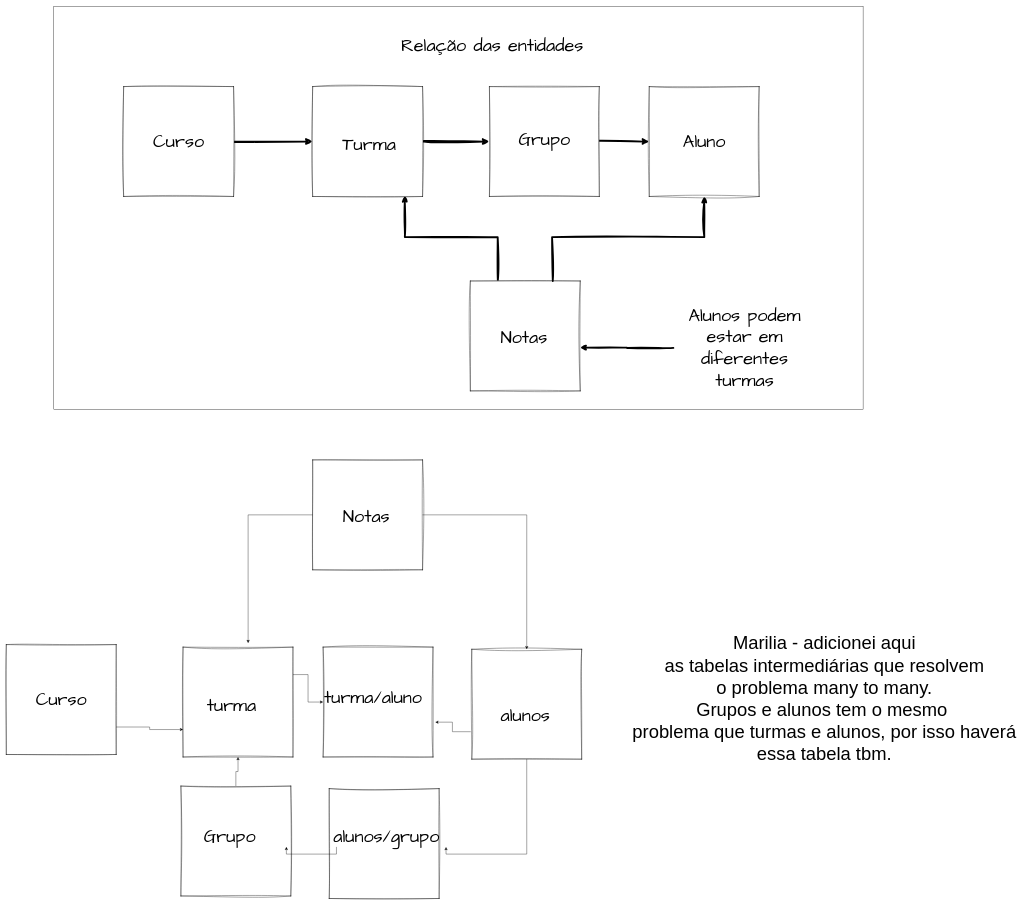
Above: page "Relação de entidade" (1 of 8) of TeamBee_API.drawio in MateusMSoares/RepositorioTeste (draw.io), before the change. Source tidied: cells renumbered, new cells numbered last; positions are measured from the earlier drawing's top-left corner, leaving out a move shared by most shapes. Both pictures are drawn from the tidied source at 36%, with x=0, y=0 at pixel (6, 6).
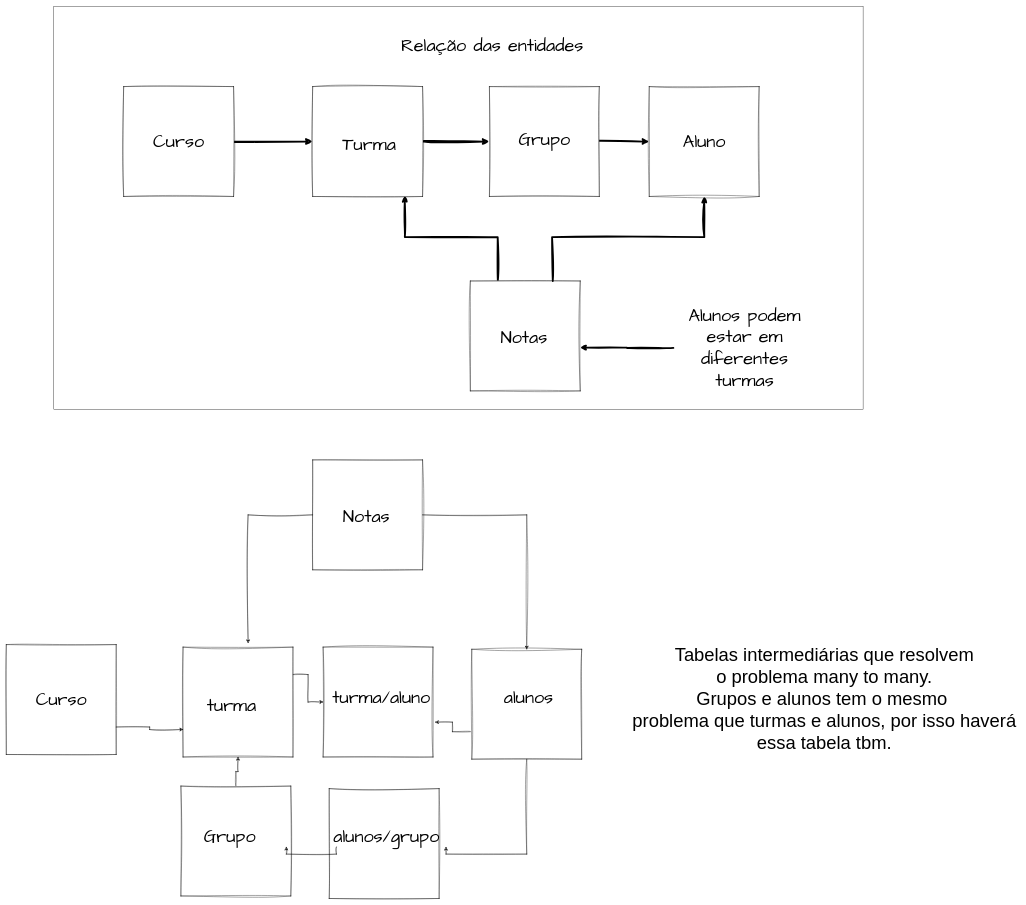
Above is the later version.

The change refers to these unchanged cells:
```xml
<mxCell id="28" style="whiteSpace=wrap;html=1;fontSize=16;sketch=1;curveFitting=1;jiggle=2;fontFamily=Comic Sans MS;" parent="27" vertex="1">
  <mxGeometry width="305.3" height="305.3" as="geometry" />
</mxCell>
<mxCell id="31" style="whiteSpace=wrap;html=1;fontSize=16;sketch=1;curveFitting=1;jiggle=2;fontFamily=Comic Sans MS;" parent="1" vertex="1">
  <mxGeometry x="491" y="1780" width="305.3" height="305.3" as="geometry" />
</mxCell>
<mxCell id="33" style="whiteSpace=wrap;html=1;fontSize=16;sketch=1;curveFitting=1;jiggle=2;fontFamily=Comic Sans MS;" parent="1" vertex="1">
  <mxGeometry x="485" y="2166" width="305.3" height="305.3" as="geometry" />
</mxCell>
<mxCell id="36" style="whiteSpace=wrap;html=1;fontSize=16;sketch=1;curveFitting=1;jiggle=2;fontFamily=Comic Sans MS;" parent="1" vertex="1">
  <mxGeometry x="1293" y="1786" width="305.3" height="305.3" as="geometry" />
</mxCell>
<mxCell id="38" style="whiteSpace=wrap;html=1;fontSize=16;sketch=1;curveFitting=1;jiggle=2;fontFamily=Comic Sans MS;" parent="37" vertex="1">
  <mxGeometry width="305.3" height="305.3" as="geometry" />
</mxCell>
<mxCell id="43" style="whiteSpace=wrap;html=1;fontSize=16;sketch=1;curveFitting=1;jiggle=2;fontFamily=Comic Sans MS;" parent="1" vertex="1">
  <mxGeometry x="880" y="1780" width="305.3" height="305.3" as="geometry" />
</mxCell>
<mxCell id="46" value="&lt;font style=&quot;font-size: 50px;&quot;&gt;alunos/grupo&lt;/font&gt;" style="text;html=1;strokeColor=none;fillColor=none;align=center;verticalAlign=middle;whiteSpace=wrap;rounded=0;fontSize=40;sketch=1;curveFitting=1;jiggle=2;fontFamily=Comic Sans MS;" parent="1" vertex="1">
  <mxGeometry x="778" y="2281" width="556.4" height="54" as="geometry" />
</mxCell>
```

The edit, as a diff of the source:
```diff
@@
-    <mxCell id="30" style="edgeStyle=orthogonalEdgeStyle;rounded=0;jettySize=auto;html=1;exitX=1;exitY=0.25;exitDx=0;exitDy=0;entryX=0;entryY=0.5;entryDx=0;entryDy=0;" parent="1" edge="1" source="31" target="43">
+    <mxCell id="30" style="edgeStyle=orthogonalEdgeStyle;rounded=0;jettySize=auto;html=1;exitX=1;exitY=0.25;exitDx=0;exitDy=0;entryX=0;entryY=0.5;entryDx=0;entryDy=0;sketch=1;curveFitting=1;jiggle=2;" parent="1" edge="1" source="31" target="43">
       <mxGeometry relative="1" as="geometry" />
     </mxCell>
@@
-    <mxCell id="32" style="edgeStyle=orthogonalEdgeStyle;rounded=0;jettySize=auto;html=1;exitX=0.5;exitY=0;exitDx=0;exitDy=0;entryX=0.5;entryY=1;entryDx=0;entryDy=0;" parent="1" edge="1" source="33" target="31">
+    <mxCell id="32" style="edgeStyle=orthogonalEdgeStyle;rounded=0;jettySize=auto;html=1;exitX=0.5;exitY=0;exitDx=0;exitDy=0;entryX=0.5;entryY=1;entryDx=0;entryDy=0;sketch=1;curveFitting=1;jiggle=2;" parent="1" edge="1" source="33" target="31">
       <mxGeometry relative="1" as="geometry" />
     </mxCell>
@@
-    <mxCell id="34" style="edgeStyle=orthogonalEdgeStyle;rounded=0;jettySize=auto;html=1;exitX=0;exitY=0.75;exitDx=0;exitDy=0;entryX=1.021;entryY=0.683;entryDx=0;entryDy=0;entryPerimeter=0;" parent="1" edge="1" source="36" target="43">
+    <mxCell id="34" style="edgeStyle=orthogonalEdgeStyle;rounded=0;jettySize=auto;html=1;exitX=0;exitY=0.75;exitDx=0;exitDy=0;entryX=1.021;entryY=0.683;entryDx=0;entryDy=0;entryPerimeter=0;sketch=1;curveFitting=1;jiggle=2;" parent="1" edge="1" source="36" target="43">
       <mxGeometry relative="1" as="geometry" />
     </mxCell>
-    <mxCell id="35" style="edgeStyle=orthogonalEdgeStyle;rounded=0;jettySize=auto;html=1;exitX=0.5;exitY=1;exitDx=0;exitDy=0;entryX=0.797;entryY=1.006;entryDx=0;entryDy=0;entryPerimeter=0;" parent="1" edge="1" source="36" target="46">
+    <mxCell id="35" style="edgeStyle=orthogonalEdgeStyle;rounded=0;jettySize=auto;html=1;exitX=0.5;exitY=1;exitDx=0;exitDy=0;entryX=0.797;entryY=1.006;entryDx=0;entryDy=0;entryPerimeter=0;sketch=1;curveFitting=1;jiggle=2;" parent="1" edge="1" source="36" target="46">
       <mxGeometry relative="1" as="geometry" />
     </mxCell>
@@
     <mxCell id="42" value="&lt;font style=&quot;font-size: 50px;&quot;&gt;alunos&lt;/font&gt;" style="text;html=1;strokeColor=none;fillColor=none;align=center;verticalAlign=middle;whiteSpace=wrap;rounded=0;fontSize=40;sketch=1;curveFitting=1;jiggle=2;fontFamily=Comic Sans MS;" parent="1" vertex="1">
-      <mxGeometry x="1389.9" y="1944" width="103.6" height="54" as="geometry" />
+      <mxGeometry x="1399" y="1894" width="103.6" height="54" as="geometry" />
     </mxCell>
@@
     <mxCell id="44" value="&lt;font style=&quot;font-size: 50px;&quot;&gt;turma/aluno&lt;/font&gt;" style="text;html=1;strokeColor=none;fillColor=none;align=center;verticalAlign=middle;whiteSpace=wrap;rounded=0;fontSize=40;sketch=1;curveFitting=1;jiggle=2;fontFamily=Comic Sans MS;" parent="1" vertex="1">
-      <mxGeometry x="967" y="1894" width="103.6" height="54" as="geometry" />
+      <mxGeometry x="990" y="1894" width="103.6" height="54" as="geometry" />
     </mxCell>
@@
-    <mxCell id="47" style="edgeStyle=orthogonalEdgeStyle;rounded=0;jettySize=auto;html=1;exitX=1;exitY=0.75;exitDx=0;exitDy=0;entryX=0;entryY=0.75;entryDx=0;entryDy=0;" parent="1" edge="1" source="28" target="31">
+    <mxCell id="47" style="edgeStyle=orthogonalEdgeStyle;rounded=0;jettySize=auto;html=1;exitX=1;exitY=0.75;exitDx=0;exitDy=0;entryX=0;entryY=0.75;entryDx=0;entryDy=0;sketch=1;curveFitting=1;jiggle=2;" parent="1" edge="1" source="28" target="31">
       <mxGeometry relative="1" as="geometry" />
     </mxCell>
-    <mxCell id="48" style="edgeStyle=orthogonalEdgeStyle;rounded=0;jettySize=auto;html=1;exitX=0;exitY=0.5;exitDx=0;exitDy=0;entryX=0.592;entryY=-0.037;entryDx=0;entryDy=0;entryPerimeter=0;" parent="1" edge="1" source="38" target="31">
+    <mxCell id="48" style="edgeStyle=orthogonalEdgeStyle;rounded=0;jettySize=auto;html=1;exitX=0;exitY=0.5;exitDx=0;exitDy=0;entryX=0.592;entryY=-0.037;entryDx=0;entryDy=0;entryPerimeter=0;sketch=1;curveFitting=1;jiggle=2;" parent="1" edge="1" source="38" target="31">
       <mxGeometry relative="1" as="geometry" />
     </mxCell>
-    <mxCell id="49" style="edgeStyle=orthogonalEdgeStyle;rounded=0;jettySize=auto;html=1;exitX=1;exitY=0.5;exitDx=0;exitDy=0;entryX=0.5;entryY=0;entryDx=0;entryDy=0;" parent="1" edge="1" source="38" target="36">
+    <mxCell id="49" style="edgeStyle=orthogonalEdgeStyle;rounded=0;jettySize=auto;html=1;exitX=1;exitY=0.5;exitDx=0;exitDy=0;entryX=0.5;entryY=0;entryDx=0;entryDy=0;sketch=1;curveFitting=1;jiggle=2;" parent="1" edge="1" source="38" target="36">
       <mxGeometry relative="1" as="geometry" />
     </mxCell>
-    <mxCell id="50" style="edgeStyle=orthogonalEdgeStyle;rounded=0;orthogonalLoop=1;jettySize=auto;html=1;exitX=0.25;exitY=1;exitDx=0;exitDy=0;entryX=0;entryY=1;entryDx=0;entryDy=0;" parent="1" edge="1" source="46" target="46">
+    <mxCell id="50" style="edgeStyle=orthogonalEdgeStyle;rounded=0;orthogonalLoop=1;jettySize=auto;html=1;exitX=0.25;exitY=1;exitDx=0;exitDy=0;entryX=0;entryY=1;entryDx=0;entryDy=0;sketch=1;curveFitting=1;jiggle=2;" parent="1" edge="1" source="46" target="46">
       <mxGeometry relative="1" as="geometry" />
     </mxCell>
-    <mxCell id="51" value="&lt;font style=&quot;font-size: 51px;&quot;&gt;Marilia - adicionei aqui&lt;br&gt;as tabelas intermediárias que resolvem&lt;br&gt;o problema many to many.&lt;br&gt;Grupos e alunos tem o mesmo&amp;nbsp;&lt;br&gt;problema que turmas e alunos, por isso haverá&lt;br&gt;essa tabela tbm.&lt;br&gt;&lt;br&gt;&lt;/font&gt;" style="text;html=1;align=center;verticalAlign=middle;strokeColor=none;fillColor=none;" parent="1" vertex="1">
-      <mxGeometry x="1730" y="1733" width="1084" height="440" as="geometry" />
+    <mxCell id="51" value="&lt;font style=&quot;font-size: 51px;&quot;&gt;Tabelas intermediárias que resolvem&lt;br&gt;o problema many to many.&lt;br&gt;Grupos e alunos tem o mesmo&amp;nbsp;&lt;br&gt;problema que turmas e alunos, por isso haverá&lt;br&gt;essa tabela tbm.&lt;br&gt;&lt;br&gt;&lt;/font&gt;" style="text;html=1;align=center;verticalAlign=middle;strokeColor=none;fillColor=none;" parent="1" vertex="1">
+      <mxGeometry x="1730" y="1764" width="1084" height="379" as="geometry" />
     </mxCell>
```
